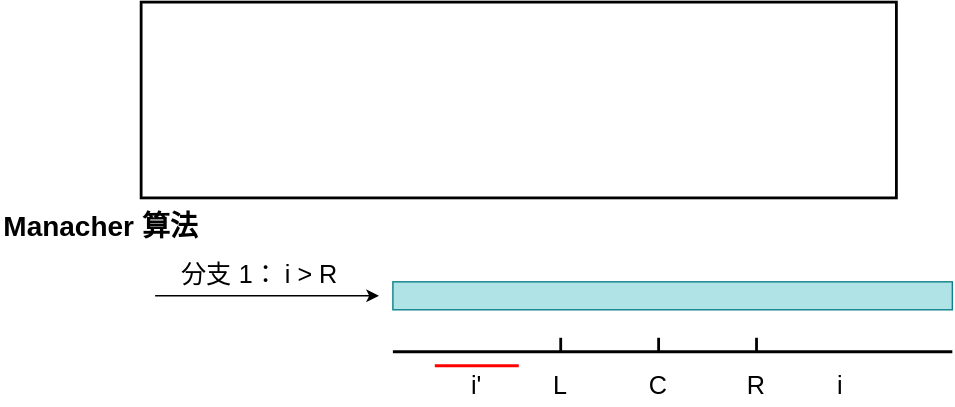
Before: Algorithms/img/Manacher2.svg, a diagram exported from draw.io (TBD2021/Salt-and-Computer-Science). Source tidied: cells renumbered, new cells last; positions are measured from the earlier drawing's top-left corner, leaving out a move shared by most shapes.
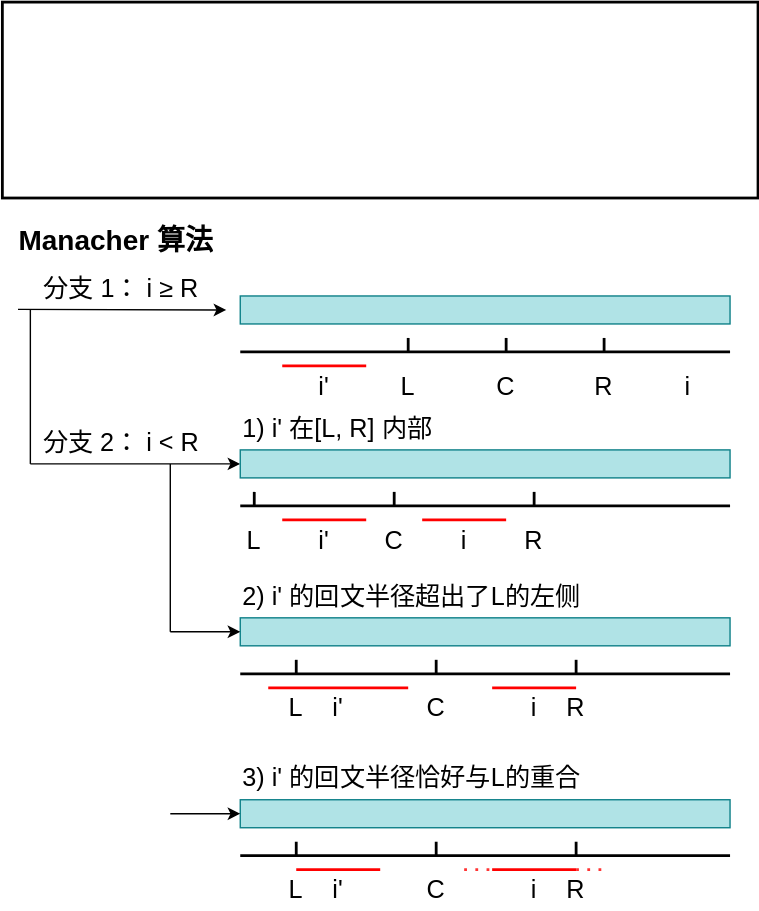
The same diagram one commit later.

Diff of the diagram source:
```diff
@@ -3,29 +3,28 @@
     <mxCell id="0" />
     <mxCell id="1" parent="0" />
     <mxCell id="2" style="rounded=0;whiteSpace=wrap;html=1;strokeWidth=2;labelBackgroundColor=none;" parent="1" vertex="1">
-      <mxGeometry x="100" width="540" height="140" as="geometry" />
+      <mxGeometry x="110" width="540" height="140" as="geometry" />
     </mxCell>
     <object id="3" label="&lt;span style=&quot;font-size: 20px;&quot;&gt;&lt;b&gt;Manacher 算法&lt;/b&gt;&lt;/span&gt;" name="Variable" placeholders="1">
       <mxCell style="text;html=1;strokeColor=none;fillColor=none;align=left;verticalAlign=middle;whiteSpace=wrap;overflow=hidden;labelBackgroundColor=none;" parent="1" vertex="1">
-        <mxGeometry y="140" width="220" height="40" as="geometry" />
+        <mxGeometry x="120" y="150" width="220" height="40" as="geometry" />
       </mxCell>
     </object>
-    <mxCell id="4" style="endArrow=classic;html=1;rounded=0;labelBackgroundColor=none;fontColor=default;" parent="1" edge="1">
+    <mxCell id="4" style="endArrow=classic;html=1;rounded=0;labelBackgroundColor=none;fontColor=default;exitX=-0.068;exitY=0.987;exitDx=0;exitDy=0;exitPerimeter=0;" parent="1" edge="1" source="5">
       <mxGeometry relative="1" as="geometry">
-        <mxPoint x="110" y="210" as="sourcePoint" />
-        <mxPoint x="270" y="210" as="targetPoint" />
+        <mxPoint x="270" y="220" as="targetPoint" />
       </mxGeometry>
     </mxCell>
-    <mxCell id="5" value="分支 1： i &amp;gt; R" style="text;html=1;strokeColor=none;fillColor=none;align=center;verticalAlign=middle;whiteSpace=wrap;rounded=0;fontSize=18;fontFamily=Helvetica;labelBackgroundColor=none;" parent="1" vertex="1">
-      <mxGeometry x="120" y="180" width="130" height="30" as="geometry" />
+    <mxCell id="5" value="分支 1： i ≥ R" style="text;html=1;strokeColor=none;fillColor=none;align=center;verticalAlign=middle;whiteSpace=wrap;rounded=0;fontSize=18;fontFamily=Helvetica;labelBackgroundColor=none;" parent="1" vertex="1">
+      <mxGeometry x="130" y="190" width="130" height="30" as="geometry" />
     </mxCell>
     <mxCell id="6" style="rounded=0;whiteSpace=wrap;html=1;fillColor=#b0e3e6;strokeColor=#0e8088;" parent="1" vertex="1">
-      <mxGeometry x="280" y="200" width="400" height="20" as="geometry" />
+      <mxGeometry x="280" y="210" width="350" height="20" as="geometry" />
     </mxCell>
     <mxCell id="7" style="endArrow=none;html=1;rounded=0;strokeWidth=2;" parent="1" edge="1">
       <mxGeometry relative="1" as="geometry">
         <mxPoint x="280" y="250" as="sourcePoint" />
-        <mxPoint x="680" y="250" as="targetPoint" />
+        <mxPoint x="630" y="250" as="targetPoint" />
       </mxGeometry>
     </mxCell>
     <mxCell id="8" value="i" style="text;html=1;strokeColor=none;fillColor=none;align=center;verticalAlign=middle;whiteSpace=wrap;rounded=0;fontSize=18;fontFamily=Helvetica;labelBackgroundColor=none;" parent="1" vertex="1">
@@ -67,5 +66,215 @@
         <mxPoint x="470" y="250" as="targetPoint" />
       </mxGeometry>
     </mxCell>
+    <mxCell id="17" style="endArrow=classic;html=1;rounded=0;" parent="1" edge="1">
+      <mxGeometry relative="1" as="geometry">
+        <mxPoint x="130" y="330" as="sourcePoint" />
+        <mxPoint x="280" y="330" as="targetPoint" />
+      </mxGeometry>
+    </mxCell>
+    <mxCell id="18" style="endArrow=none;html=1;rounded=0;entryX=0;entryY=1;entryDx=0;entryDy=0;" parent="1" edge="1" target="20">
+      <mxGeometry relative="1" as="geometry">
+        <mxPoint x="130" y="220" as="sourcePoint" />
+      </mxGeometry>
+    </mxCell>
+    <mxCell id="19" style="endArrow=none;html=1;rounded=0;" parent="1" edge="1">
+      <mxGeometry relative="1" as="geometry">
+        <mxPoint x="230" y="330" as="sourcePoint" />
+        <mxPoint x="230" y="450" as="targetPoint" />
+      </mxGeometry>
+    </mxCell>
+    <mxCell id="20" value="分支 2： i &amp;lt; R" style="text;html=1;strokeColor=none;fillColor=none;align=center;verticalAlign=middle;whiteSpace=wrap;rounded=0;fontSize=18;fontFamily=Helvetica;labelBackgroundColor=none;" parent="1" vertex="1">
+      <mxGeometry x="130" y="300" width="130" height="30" as="geometry" />
+    </mxCell>
+    <mxCell id="21" value="1) i' 在[L, R] 内部" style="text;html=1;strokeColor=none;fillColor=none;align=left;verticalAlign=middle;whiteSpace=wrap;rounded=0;fontSize=18;fontFamily=Helvetica;labelBackgroundColor=none;" parent="1" vertex="1">
+      <mxGeometry x="280" y="290" width="160" height="30" as="geometry" />
+    </mxCell>
+    <mxCell id="22" style="rounded=0;whiteSpace=wrap;html=1;fillColor=#b0e3e6;strokeColor=#0e8088;" parent="1" vertex="1">
+      <mxGeometry x="280" y="320" width="350" height="20" as="geometry" />
+    </mxCell>
+    <mxCell id="23" style="endArrow=none;html=1;rounded=0;strokeWidth=2;" parent="1" edge="1">
+      <mxGeometry relative="1" as="geometry">
+        <mxPoint x="280" y="360" as="sourcePoint" />
+        <mxPoint x="630" y="360" as="targetPoint" />
+      </mxGeometry>
+    </mxCell>
+    <mxCell id="24" value="i" style="text;html=1;strokeColor=none;fillColor=none;align=center;verticalAlign=middle;whiteSpace=wrap;rounded=0;fontSize=18;fontFamily=Helvetica;labelBackgroundColor=none;" parent="1" vertex="1">
+      <mxGeometry x="430" y="370" width="20" height="30" as="geometry" />
+    </mxCell>
+    <mxCell id="25" value="C" style="text;html=1;strokeColor=none;fillColor=none;align=center;verticalAlign=middle;whiteSpace=wrap;rounded=0;fontSize=18;fontFamily=Helvetica;labelBackgroundColor=none;" parent="1" vertex="1">
+      <mxGeometry x="380" y="370" width="20" height="30" as="geometry" />
+    </mxCell>
+    <mxCell id="26" value="R" style="text;html=1;strokeColor=none;fillColor=none;align=center;verticalAlign=middle;whiteSpace=wrap;rounded=0;fontSize=18;fontFamily=Helvetica;labelBackgroundColor=none;" parent="1" vertex="1">
+      <mxGeometry x="480" y="370" width="20" height="30" as="geometry" />
+    </mxCell>
+    <mxCell id="27" value="L" style="text;html=1;strokeColor=none;fillColor=none;align=center;verticalAlign=middle;whiteSpace=wrap;rounded=0;fontSize=18;fontFamily=Helvetica;labelBackgroundColor=none;" parent="1" vertex="1">
+      <mxGeometry x="280" y="370" width="20" height="30" as="geometry" />
+    </mxCell>
+    <mxCell id="28" value="i'" style="text;html=1;strokeColor=none;fillColor=none;align=center;verticalAlign=middle;whiteSpace=wrap;rounded=0;fontSize=18;fontFamily=Helvetica;labelBackgroundColor=none;" parent="1" vertex="1">
+      <mxGeometry x="330" y="370" width="20" height="30" as="geometry" />
+    </mxCell>
+    <mxCell id="29" style="endArrow=none;html=1;rounded=0;strokeWidth=2;strokeColor=#FF0000;" parent="1" edge="1">
+      <mxGeometry relative="1" as="geometry">
+        <mxPoint x="310" y="370" as="sourcePoint" />
+        <mxPoint x="370" y="370" as="targetPoint" />
+      </mxGeometry>
+    </mxCell>
+    <mxCell id="30" style="endArrow=none;html=1;rounded=0;strokeWidth=2;" parent="1" edge="1">
+      <mxGeometry relative="1" as="geometry">
+        <mxPoint x="290" y="350" as="sourcePoint" />
+        <mxPoint x="290" y="360" as="targetPoint" />
+      </mxGeometry>
+    </mxCell>
+    <mxCell id="31" style="endArrow=none;html=1;rounded=0;strokeWidth=2;" parent="1" edge="1">
+      <mxGeometry relative="1" as="geometry">
+        <mxPoint x="490" y="350" as="sourcePoint" />
+        <mxPoint x="490" y="360" as="targetPoint" />
+      </mxGeometry>
+    </mxCell>
+    <mxCell id="32" style="endArrow=none;html=1;rounded=0;strokeWidth=2;" parent="1" edge="1">
+      <mxGeometry relative="1" as="geometry">
+        <mxPoint x="390" y="350" as="sourcePoint" />
+        <mxPoint x="390" y="360" as="targetPoint" />
+      </mxGeometry>
+    </mxCell>
+    <mxCell id="33" style="endArrow=none;html=1;rounded=0;strokeWidth=2;strokeColor=#FF0000;" parent="1" edge="1">
+      <mxGeometry relative="1" as="geometry">
+        <mxPoint x="410" y="370" as="sourcePoint" />
+        <mxPoint x="470" y="370" as="targetPoint" />
+      </mxGeometry>
+    </mxCell>
+    <mxCell id="34" value="2) i' 的回文半径超出了L的左侧" style="text;html=1;strokeColor=none;fillColor=none;align=left;verticalAlign=middle;whiteSpace=wrap;rounded=0;fontSize=18;fontFamily=Helvetica;labelBackgroundColor=none;" parent="1" vertex="1">
+      <mxGeometry x="280" y="410" width="250" height="30" as="geometry" />
+    </mxCell>
+    <mxCell id="35" style="rounded=0;whiteSpace=wrap;html=1;fillColor=#b0e3e6;strokeColor=#0e8088;" parent="1" vertex="1">
+      <mxGeometry x="280" y="440" width="350" height="20" as="geometry" />
+    </mxCell>
+    <mxCell id="36" style="endArrow=none;html=1;rounded=0;strokeWidth=2;" parent="1" edge="1">
+      <mxGeometry relative="1" as="geometry">
+        <mxPoint x="280" y="480" as="sourcePoint" />
+        <mxPoint x="630" y="480" as="targetPoint" />
+      </mxGeometry>
+    </mxCell>
+    <mxCell id="37" value="i" style="text;html=1;strokeColor=none;fillColor=none;align=center;verticalAlign=middle;whiteSpace=wrap;rounded=0;fontSize=18;fontFamily=Helvetica;labelBackgroundColor=none;" parent="1" vertex="1">
+      <mxGeometry x="480" y="490" width="20" height="30" as="geometry" />
+    </mxCell>
+    <mxCell id="38" value="C" style="text;html=1;strokeColor=none;fillColor=none;align=center;verticalAlign=middle;whiteSpace=wrap;rounded=0;fontSize=18;fontFamily=Helvetica;labelBackgroundColor=none;" parent="1" vertex="1">
+      <mxGeometry x="410" y="490" width="20" height="30" as="geometry" />
+    </mxCell>
+    <mxCell id="39" value="R" style="text;html=1;strokeColor=none;fillColor=none;align=center;verticalAlign=middle;whiteSpace=wrap;rounded=0;fontSize=18;fontFamily=Helvetica;labelBackgroundColor=none;" parent="1" vertex="1">
+      <mxGeometry x="510" y="490" width="20" height="30" as="geometry" />
+    </mxCell>
+    <mxCell id="40" value="L" style="text;html=1;strokeColor=none;fillColor=none;align=center;verticalAlign=middle;whiteSpace=wrap;rounded=0;fontSize=18;fontFamily=Helvetica;labelBackgroundColor=none;" parent="1" vertex="1">
+      <mxGeometry x="310" y="490" width="20" height="30" as="geometry" />
+    </mxCell>
+    <mxCell id="41" value="i'" style="text;html=1;strokeColor=none;fillColor=none;align=center;verticalAlign=middle;whiteSpace=wrap;rounded=0;fontSize=18;fontFamily=Helvetica;labelBackgroundColor=none;" parent="1" vertex="1">
+      <mxGeometry x="340" y="490" width="20" height="30" as="geometry" />
+    </mxCell>
+    <mxCell id="42" style="endArrow=none;html=1;rounded=0;strokeWidth=2;strokeColor=#FF0000;" parent="1" edge="1">
+      <mxGeometry relative="1" as="geometry">
+        <mxPoint x="300" y="490" as="sourcePoint" />
+        <mxPoint x="400" y="490" as="targetPoint" />
+      </mxGeometry>
+    </mxCell>
+    <mxCell id="43" style="endArrow=none;html=1;rounded=0;strokeWidth=2;" parent="1" edge="1">
+      <mxGeometry relative="1" as="geometry">
+        <mxPoint x="320" y="470" as="sourcePoint" />
+        <mxPoint x="320" y="480" as="targetPoint" />
+      </mxGeometry>
+    </mxCell>
+    <mxCell id="44" style="endArrow=none;html=1;rounded=0;strokeWidth=2;" parent="1" edge="1">
+      <mxGeometry relative="1" as="geometry">
+        <mxPoint x="520" y="470" as="sourcePoint" />
+        <mxPoint x="520" y="480" as="targetPoint" />
+      </mxGeometry>
+    </mxCell>
+    <mxCell id="45" style="endArrow=none;html=1;rounded=0;strokeWidth=2;" parent="1" edge="1">
+      <mxGeometry relative="1" as="geometry">
+        <mxPoint x="420" y="470" as="sourcePoint" />
+        <mxPoint x="420" y="480" as="targetPoint" />
+      </mxGeometry>
+    </mxCell>
+    <mxCell id="46" style="endArrow=none;html=1;rounded=0;strokeWidth=2;strokeColor=#FF0000;entryX=0.5;entryY=0;entryDx=0;entryDy=0;" parent="1" edge="1" target="39">
+      <mxGeometry relative="1" as="geometry">
+        <mxPoint x="460" y="490" as="sourcePoint" />
+      </mxGeometry>
+    </mxCell>
+    <mxCell id="47" style="endArrow=classic;html=1;rounded=0;entryX=0;entryY=0.5;entryDx=0;entryDy=0;" parent="1" edge="1" target="35">
+      <mxGeometry relative="1" as="geometry">
+        <mxPoint x="230" y="450" as="sourcePoint" />
+      </mxGeometry>
+    </mxCell>
+    <mxCell id="48" value="3) i' 的回文半径恰好与L的重合" style="text;html=1;strokeColor=none;fillColor=none;align=left;verticalAlign=middle;whiteSpace=wrap;rounded=0;fontSize=18;fontFamily=Helvetica;labelBackgroundColor=none;" parent="1" vertex="1">
+      <mxGeometry x="280" y="540" width="250" height="30" as="geometry" />
+    </mxCell>
+    <mxCell id="49" style="rounded=0;whiteSpace=wrap;html=1;fillColor=#b0e3e6;strokeColor=#0e8088;" parent="1" vertex="1">
+      <mxGeometry x="280" y="570" width="350" height="20" as="geometry" />
+    </mxCell>
+    <mxCell id="50" style="endArrow=none;html=1;rounded=0;strokeWidth=2;" parent="1" edge="1">
+      <mxGeometry relative="1" as="geometry">
+        <mxPoint x="280" y="610" as="sourcePoint" />
+        <mxPoint x="630" y="610" as="targetPoint" />
+      </mxGeometry>
+    </mxCell>
+    <mxCell id="51" value="i" style="text;html=1;strokeColor=none;fillColor=none;align=center;verticalAlign=middle;whiteSpace=wrap;rounded=0;fontSize=18;fontFamily=Helvetica;labelBackgroundColor=none;" parent="1" vertex="1">
+      <mxGeometry x="480" y="620" width="20" height="30" as="geometry" />
+    </mxCell>
+    <mxCell id="52" value="C" style="text;html=1;strokeColor=none;fillColor=none;align=center;verticalAlign=middle;whiteSpace=wrap;rounded=0;fontSize=18;fontFamily=Helvetica;labelBackgroundColor=none;" parent="1" vertex="1">
+      <mxGeometry x="410" y="620" width="20" height="30" as="geometry" />
+    </mxCell>
+    <mxCell id="53" value="R" style="text;html=1;strokeColor=none;fillColor=none;align=center;verticalAlign=middle;whiteSpace=wrap;rounded=0;fontSize=18;fontFamily=Helvetica;labelBackgroundColor=none;" parent="1" vertex="1">
+      <mxGeometry x="510" y="620" width="20" height="30" as="geometry" />
+    </mxCell>
+    <mxCell id="54" value="L" style="text;html=1;strokeColor=none;fillColor=none;align=center;verticalAlign=middle;whiteSpace=wrap;rounded=0;fontSize=18;fontFamily=Helvetica;labelBackgroundColor=none;" parent="1" vertex="1">
+      <mxGeometry x="310" y="620" width="20" height="30" as="geometry" />
+    </mxCell>
+    <mxCell id="55" value="i'" style="text;html=1;strokeColor=none;fillColor=none;align=center;verticalAlign=middle;whiteSpace=wrap;rounded=0;fontSize=18;fontFamily=Helvetica;labelBackgroundColor=none;" parent="1" vertex="1">
+      <mxGeometry x="340" y="620" width="20" height="30" as="geometry" />
+    </mxCell>
+    <mxCell id="56" style="endArrow=none;html=1;rounded=0;strokeWidth=2;strokeColor=#FF0000;" parent="1" edge="1">
+      <mxGeometry relative="1" as="geometry">
+        <mxPoint x="320" y="620" as="sourcePoint" />
+        <mxPoint x="380" y="620" as="targetPoint" />
+      </mxGeometry>
+    </mxCell>
+    <mxCell id="57" style="endArrow=none;html=1;rounded=0;strokeWidth=2;" parent="1" edge="1">
+      <mxGeometry relative="1" as="geometry">
+        <mxPoint x="320" y="600" as="sourcePoint" />
+        <mxPoint x="320" y="610" as="targetPoint" />
+      </mxGeometry>
+    </mxCell>
+    <mxCell id="58" style="endArrow=none;html=1;rounded=0;strokeWidth=2;" parent="1" edge="1">
+      <mxGeometry relative="1" as="geometry">
+        <mxPoint x="520" y="600" as="sourcePoint" />
+        <mxPoint x="520" y="610" as="targetPoint" />
+      </mxGeometry>
+    </mxCell>
+    <mxCell id="59" style="endArrow=none;html=1;rounded=0;strokeWidth=2;" parent="1" edge="1">
+      <mxGeometry relative="1" as="geometry">
+        <mxPoint x="420" y="600" as="sourcePoint" />
+        <mxPoint x="420" y="610" as="targetPoint" />
+      </mxGeometry>
+    </mxCell>
+    <mxCell id="60" style="endArrow=none;html=1;rounded=0;strokeWidth=2;strokeColor=#FF0000;entryX=0.5;entryY=0;entryDx=0;entryDy=0;" parent="1" edge="1" target="53">
+      <mxGeometry relative="1" as="geometry">
+        <mxPoint x="460" y="620" as="sourcePoint" />
+      </mxGeometry>
+    </mxCell>
+    <mxCell id="61" style="endArrow=classic;html=1;rounded=0;entryX=0;entryY=0.5;entryDx=0;entryDy=0;" parent="1" edge="1" target="49">
+      <mxGeometry relative="1" as="geometry">
+        <mxPoint x="230" y="580" as="sourcePoint" />
+      </mxGeometry>
+    </mxCell>
+    <mxCell id="62" style="endArrow=none;dashed=1;html=1;dashPattern=1 3;strokeWidth=2;rounded=0;fontColor=#FF3333;strokeColor=#FF3333;" parent="1" edge="1">
+      <mxGeometry relative="1" as="geometry">
+        <mxPoint x="440" y="620" as="sourcePoint" />
+        <mxPoint x="460" y="620" as="targetPoint" />
+      </mxGeometry>
+    </mxCell>
+    <mxCell id="63" style="endArrow=none;dashed=1;html=1;dashPattern=1 3;strokeWidth=2;rounded=0;fontColor=#FF3333;strokeColor=#FF3333;exitX=0.5;exitY=0;exitDx=0;exitDy=0;" parent="1" edge="1" source="53">
+      <mxGeometry relative="1" as="geometry">
+        <mxPoint x="540" y="620" as="targetPoint" />
+      </mxGeometry>
+    </mxCell>
   </root>
 </mxGraphModel>
```
